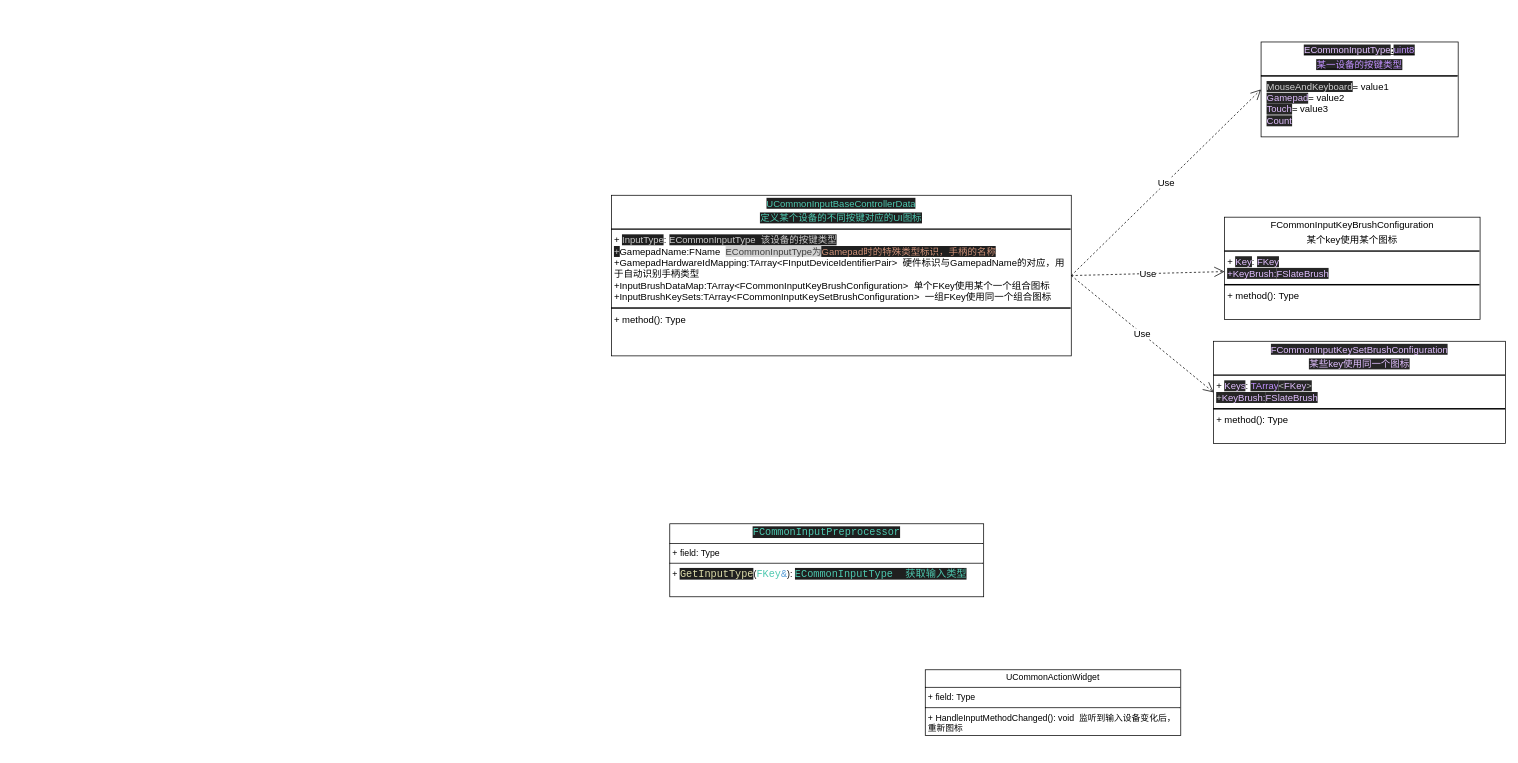
Above: page "不同设备按键与语义动作的绑定和与UI图标的绑定" (5 of 5) of Lyra.drawio in ling-shixi/meta (draw.io), before the change. Source tidied: cells renumbered, new cells numbered last; positions are measured from the earlier drawing's top-left corner, leaving out a move shared by most shapes. Both pictures are drawn from the tidied source at 73%, with x=0, y=0 at pixel (611, 42).
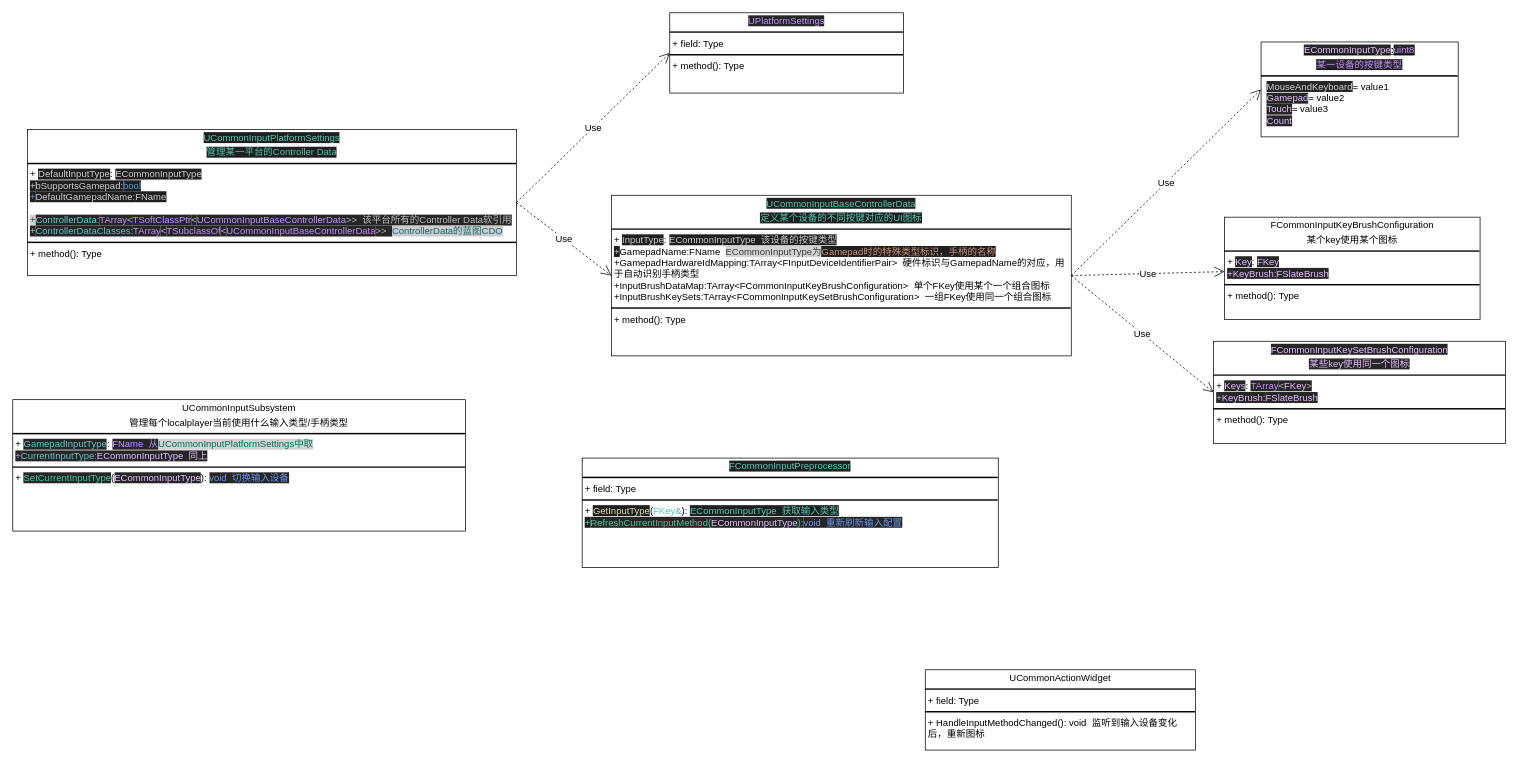
Above is the later version.

Unchanged cells that the change refers to:
```xml
<mxCell id="2" value="&lt;p style=&quot;margin:0px;margin-top:4px;text-align:center;&quot;&gt;&lt;span style=&quot;color: rgb(78, 201, 176); background-color: rgb(31, 31, 31); white-space: pre; text-align: left;&quot;&gt;UCommonInputBaseControllerData&lt;/span&gt;&lt;/p&gt;&lt;p style=&quot;margin:0px;margin-top:4px;text-align:center;&quot;&gt;&lt;span style=&quot;color: rgb(78, 201, 176); background-color: rgb(31, 31, 31); white-space: pre; text-align: left;&quot;&gt;定义某个设备的不同按键对应的UI图标&lt;/span&gt;&lt;/p&gt;&lt;hr style=&quot;border-style:solid;&quot;&gt;&lt;p style=&quot;margin:0px;margin-left:4px;&quot;&gt;+&amp;nbsp;&lt;span style=&quot;background-color: rgb(31, 31, 31); color: rgb(204, 204, 204); white-space: pre;&quot;&gt;InputType&lt;/span&gt;&lt;span style=&quot;background-color: transparent; color: light-dark(rgb(0, 0, 0), rgb(255, 255, 255));&quot;&gt;:&amp;nbsp;&lt;/span&gt;&lt;span style=&quot;background-color: rgb(31, 31, 31); color: rgb(204, 204, 204); white-space: pre;&quot;&gt;ECommonInputType  该设备的按键类型&lt;/span&gt;&lt;/p&gt;&lt;p style=&quot;margin:0px;margin-left:4px;&quot;&gt;&lt;span style=&quot;background-color: rgb(31, 31, 31); color: rgb(204, 204, 204); white-space: pre;&quot;&gt;+&lt;/span&gt;&lt;span style=&quot;background-color: transparent; color: light-dark(rgb(0, 0, 0), rgb(255, 255, 255));&quot;&gt;GamepadName:&lt;/span&gt;&lt;span style=&quot;background-color: transparent; color: light-dark(rgb(0, 0, 0), rgb(255, 255, 255));&quot;&gt;FName&amp;nbsp;&amp;nbsp;&lt;/span&gt;&lt;span style=&quot;background-color: rgb(210, 210, 210); color: rgb(62, 62, 62); white-space: pre;&quot;&gt;ECommonInputType为&lt;/span&gt;&lt;span style=&quot;color: rgb(206, 145, 120); background-color: rgb(31, 31, 31); white-space: pre;&quot;&gt;Gamepad时的特殊类型标识，手柄的名称&lt;/span&gt;&lt;/p&gt;&lt;p style=&quot;margin:0px;margin-left:4px;&quot;&gt;+&lt;span style=&quot;background-color: transparent; color: light-dark(rgb(0, 0, 0), rgb(255, 255, 255));&quot;&gt;GamepadHardwareIdMapping:&lt;/span&gt;&lt;span style=&quot;background-color: transparent; color: light-dark(rgb(0, 0, 0), rgb(255, 255, 255));&quot;&gt;TArray&amp;lt;FInputDeviceIdentifierPair&amp;gt;&amp;nbsp; 硬件标识与&lt;/span&gt;&lt;span style=&quot;background-color: transparent; color: light-dark(rgb(0, 0, 0), rgb(255, 255, 255));&quot;&gt;GamepadName的对应，用于自动识别手柄类型&lt;/span&gt;&lt;/p&gt;&lt;p style=&quot;margin:0px;margin-left:4px;&quot;&gt;&lt;span style=&quot;background-color: transparent; color: light-dark(rgb(0, 0, 0), rgb(255, 255, 255));&quot;&gt;+&lt;/span&gt;&lt;span style=&quot;background-color: transparent; color: light-dark(rgb(0, 0, 0), rgb(255, 255, 255));&quot;&gt;InputBrushDataMap:&lt;/span&gt;&lt;span style=&quot;background-color: transparent; color: light-dark(rgb(0, 0, 0), rgb(255, 255, 255));&quot;&gt;TArray&amp;lt;FCommonInputKeyBrushConfiguration&amp;gt;&amp;nbsp; 单个FKey使用某个一个组合图标&lt;/span&gt;&lt;/p&gt;&lt;p style=&quot;margin:0px;margin-left:4px;&quot;&gt;&lt;span style=&quot;background-color: transparent; color: light-dark(rgb(0, 0, 0), rgb(255, 255, 255));&quot;&gt;+&lt;/span&gt;&lt;span style=&quot;background-color: transparent; color: light-dark(rgb(0, 0, 0), rgb(255, 255, 255));&quot;&gt;InputBrushKeySets:&lt;/span&gt;&lt;span style=&quot;background-color: transparent; color: light-dark(rgb(0, 0, 0), rgb(255, 255, 255));&quot;&gt;TArray&amp;lt;FCommonInputKeySetBrushConfiguration&amp;gt;&amp;nbsp; 一组FKey使用同一个组合图标&lt;/span&gt;&lt;/p&gt;&lt;hr style=&quot;border-style:solid;&quot;&gt;&lt;p style=&quot;margin:0px;margin-left:4px;&quot;&gt;+ method(): Type&lt;/p&gt;" style="verticalAlign=top;align=left;overflow=fill;html=1;whiteSpace=wrap;fontFamily=Helvetica;fontSize=13;" parent="1" vertex="1">
  <mxGeometry y="210" width="630" height="220" as="geometry" />
</mxCell>
```

What changed in the source:
```diff
@@
-    <mxCell id="9" value="&lt;p style=&quot;margin:0px;margin-top:4px;text-align:center;&quot;&gt;&lt;span style=&quot;color: rgb(78, 201, 176); background-color: rgb(31, 31, 31); font-family: Consolas, &amp;quot;Courier New&amp;quot;, monospace; font-size: 14px; white-space: pre; text-align: left;&quot;&gt;FCommonInputPreprocessor&lt;/span&gt;&lt;/p&gt;&lt;hr size=&quot;1&quot; style=&quot;border-style:solid;&quot;&gt;&lt;p style=&quot;margin:0px;margin-left:4px;&quot;&gt;+ field: Type&lt;/p&gt;&lt;hr size=&quot;1&quot; style=&quot;border-style:solid;&quot;&gt;&lt;p style=&quot;margin:0px;margin-left:4px;&quot;&gt;+&amp;nbsp;&lt;span style=&quot;color: rgb(220, 220, 170); background-color: rgb(31, 31, 31); font-family: Consolas, &amp;quot;Courier New&amp;quot;, monospace; font-size: 14px; white-space: pre;&quot;&gt;GetInputType&lt;/span&gt;&lt;span style=&quot;background-color: transparent; color: light-dark(rgb(0, 0, 0), rgb(255, 255, 255));&quot;&gt;(&lt;/span&gt;&lt;span style=&quot;font-family: Consolas, &amp;quot;Courier New&amp;quot;, monospace; font-size: 14px; white-space: pre; color: rgb(78, 201, 176);&quot;&gt;FKey&lt;/span&gt;&lt;span style=&quot;font-family: Consolas, &amp;quot;Courier New&amp;quot;, monospace; font-size: 14px; white-space: pre; color: rgb(86, 156, 214);&quot;&gt;&amp;amp;&lt;/span&gt;&lt;span style=&quot;background-color: transparent; color: light-dark(rgb(0, 0, 0), rgb(255, 255, 255));&quot;&gt;):&amp;nbsp;&lt;/span&gt;&lt;span style=&quot;color: rgb(78, 201, 176); background-color: rgb(31, 31, 31); font-family: Consolas, &amp;quot;Courier New&amp;quot;, monospace; font-size: 14px; white-space: pre;&quot;&gt;ECommonInputType  获取输入类型&lt;/span&gt;&lt;/p&gt;" style="verticalAlign=top;align=left;overflow=fill;html=1;whiteSpace=wrap;" parent="1" vertex="1">
-      <mxGeometry x="80" y="660" width="430" height="100" as="geometry" />
+    <mxCell id="9" value="&lt;p style=&quot;margin:0px;margin-top:4px;text-align:center;&quot;&gt;&lt;span style=&quot;color: rgb(78, 201, 176); background-color: rgb(31, 31, 31); white-space: pre; text-align: left;&quot;&gt;FCommonInputPreprocessor&lt;/span&gt;&lt;/p&gt;&lt;hr style=&quot;border-style:solid;&quot;&gt;&lt;p style=&quot;margin:0px;margin-left:4px;&quot;&gt;+ field: Type&lt;/p&gt;&lt;hr style=&quot;border-style:solid;&quot;&gt;&lt;p style=&quot;margin:0px;margin-left:4px;&quot;&gt;+&amp;nbsp;&lt;span style=&quot;color: rgb(220, 220, 170); background-color: rgb(31, 31, 31); white-space: pre;&quot;&gt;GetInputType&lt;/span&gt;&lt;span style=&quot;background-color: transparent; color: light-dark(rgb(0, 0, 0), rgb(255, 255, 255));&quot;&gt;(&lt;/span&gt;&lt;span style=&quot;white-space: pre; color: rgb(78, 201, 176);&quot;&gt;FKey&lt;/span&gt;&lt;span style=&quot;white-space: pre; color: rgb(86, 156, 214);&quot;&gt;&amp;amp;&lt;/span&gt;&lt;span style=&quot;background-color: transparent; color: light-dark(rgb(0, 0, 0), rgb(255, 255, 255));&quot;&gt;):&amp;nbsp;&lt;/span&gt;&lt;span style=&quot;color: rgb(78, 201, 176); background-color: rgb(31, 31, 31); white-space: pre;&quot;&gt;ECommonInputType  获取输入类型&lt;/span&gt;&lt;/p&gt;&lt;p style=&quot;margin:0px;margin-left:4px;&quot;&gt;&lt;span style=&quot;color: rgb(78, 201, 176); background-color: rgb(31, 31, 31); white-space: pre;&quot;&gt;+&lt;/span&gt;&lt;span style=&quot;color: rgb(57, 204, 155); background-color: rgb(38, 38, 38);&quot;&gt;RefreshCurrentInputMethod(&lt;/span&gt;&lt;span style=&quot;color: rgb(225, 191, 255); background-color: rgb(38, 38, 38);&quot;&gt;ECommonInputType&lt;/span&gt;&lt;span style=&quot;background-color: rgb(38, 38, 38); color: rgb(57, 204, 155);&quot;&gt;):&lt;/span&gt;&lt;span style=&quot;color: rgb(108, 149, 235); background-color: rgb(38, 38, 38);&quot;&gt;void&amp;nbsp; 重新刷新输入配置&lt;/span&gt;&lt;/p&gt;" style="verticalAlign=top;align=left;overflow=fill;html=1;whiteSpace=wrap;fontFamily=Helvetica;fontSize=13;" parent="1" vertex="1">
+      <mxGeometry x="-40" y="570" width="570" height="150" as="geometry" />
     </mxCell>
-    <mxCell id="10" value="&lt;p style=&quot;margin:0px;margin-top:4px;text-align:center;&quot;&gt;&lt;span style=&quot;background-color: transparent; color: light-dark(rgb(0, 0, 0), rgb(255, 255, 255)); text-align: left;&quot;&gt;UCommonActionWidget&lt;/span&gt;&lt;/p&gt;&lt;hr size=&quot;1&quot; style=&quot;border-style:solid;&quot;&gt;&lt;p style=&quot;margin:0px;margin-left:4px;&quot;&gt;+ field: Type&lt;/p&gt;&lt;hr size=&quot;1&quot; style=&quot;border-style:solid;&quot;&gt;&lt;p style=&quot;margin:0px;margin-left:4px;&quot;&gt;+&amp;nbsp;&lt;span style=&quot;background-color: transparent; color: light-dark(rgb(0, 0, 0), rgb(255, 255, 255));&quot;&gt;HandleInputMethodChanged&lt;/span&gt;&lt;span style=&quot;background-color: transparent; color: light-dark(rgb(0, 0, 0), rgb(255, 255, 255));&quot;&gt;():&amp;nbsp;&lt;/span&gt;&lt;span style=&quot;background-color: transparent; color: light-dark(rgb(0, 0, 0), rgb(255, 255, 255));&quot;&gt;void&amp;nbsp; 监听到输入设备变化后，重新图标&lt;/span&gt;&lt;/p&gt;" style="verticalAlign=top;align=left;overflow=fill;html=1;whiteSpace=wrap;" parent="1" vertex="1">
-      <mxGeometry x="430" y="860" width="350" height="90" as="geometry" />
+    <mxCell id="10" value="&lt;p style=&quot;margin:0px;margin-top:4px;text-align:center;&quot;&gt;&lt;span style=&quot;background-color: transparent; color: light-dark(rgb(0, 0, 0), rgb(255, 255, 255)); text-align: left;&quot;&gt;UCommonActionWidget&lt;/span&gt;&lt;/p&gt;&lt;hr style=&quot;border-style:solid;&quot;&gt;&lt;p style=&quot;margin:0px;margin-left:4px;&quot;&gt;+ field: Type&lt;/p&gt;&lt;hr style=&quot;border-style:solid;&quot;&gt;&lt;p style=&quot;margin:0px;margin-left:4px;&quot;&gt;+&amp;nbsp;&lt;span style=&quot;background-color: transparent; color: light-dark(rgb(0, 0, 0), rgb(255, 255, 255));&quot;&gt;HandleInputMethodChanged&lt;/span&gt;&lt;span style=&quot;background-color: transparent; color: light-dark(rgb(0, 0, 0), rgb(255, 255, 255));&quot;&gt;():&amp;nbsp;&lt;/span&gt;&lt;span style=&quot;background-color: transparent; color: light-dark(rgb(0, 0, 0), rgb(255, 255, 255));&quot;&gt;void&amp;nbsp; 监听到输入设备变化后，重新图标&lt;/span&gt;&lt;/p&gt;" style="verticalAlign=top;align=left;overflow=fill;html=1;whiteSpace=wrap;fontFamily=Helvetica;fontSize=13;" parent="1" vertex="1">
+      <mxGeometry x="430" y="860" width="370" height="110" as="geometry" />
     </mxCell>
+    <mxCell id="11" value="&lt;p style=&quot;margin:0px;margin-top:4px;text-align:center;&quot;&gt;&lt;span style=&quot;color: rgb(78, 201, 176); background-color: rgb(31, 31, 31); white-space: pre; text-align: left;&quot;&gt;UCommonInputPlatformSettings&lt;/span&gt;&lt;/p&gt;&lt;p style=&quot;margin:0px;margin-top:4px;text-align:center;&quot;&gt;&lt;span style=&quot;color: rgb(78, 201, 176); background-color: rgb(31, 31, 31); white-space: pre; text-align: left;&quot;&gt;管理某一平台的Controller Data&lt;/span&gt;&lt;/p&gt;&lt;hr style=&quot;border-style:solid;&quot;&gt;&lt;p style=&quot;margin:0px;margin-left:4px;&quot;&gt;+&amp;nbsp;&lt;span style=&quot;background-color: rgb(31, 31, 31); color: rgb(204, 204, 204); white-space: pre;&quot;&gt;DefaultInputType&lt;/span&gt;&lt;span style=&quot;background-color: transparent; color: light-dark(rgb(0, 0, 0), rgb(255, 255, 255));&quot;&gt;:&amp;nbsp;&lt;/span&gt;&lt;span style=&quot;background-color: rgb(31, 31, 31); color: rgb(204, 204, 204); white-space: pre;&quot;&gt;ECommonInputType&lt;/span&gt;&lt;/p&gt;&lt;p style=&quot;margin:0px;margin-left:4px;&quot;&gt;&lt;span style=&quot;background-color: rgb(31, 31, 31); color: rgb(204, 204, 204); white-space: pre;&quot;&gt;+&lt;/span&gt;&lt;span style=&quot;background-color: rgb(31, 31, 31); color: rgb(204, 204, 204); white-space: pre;&quot;&gt;bSupportsGamepad:&lt;/span&gt;&lt;span style=&quot;color: rgb(86, 156, 214); background-color: rgb(31, 31, 31); white-space: pre;&quot;&gt;bool&lt;/span&gt;&lt;/p&gt;&lt;p style=&quot;margin:0px;margin-left:4px;&quot;&gt;&lt;span style=&quot;color: rgb(86, 156, 214); background-color: rgb(31, 31, 31); white-space: pre;&quot;&gt;+&lt;/span&gt;&lt;span style=&quot;background-color: rgb(31, 31, 31); color: rgb(204, 204, 204); white-space: pre;&quot;&gt;DefaultGamepadName:&lt;/span&gt;&lt;span style=&quot;background-color: rgb(31, 31, 31); color: rgb(204, 204, 204); white-space: pre;&quot;&gt;FName&lt;/span&gt;&lt;/p&gt;&lt;p style=&quot;margin:0px;margin-left:4px;&quot;&gt;&lt;br&gt;&lt;/p&gt;&lt;p style=&quot;margin:0px;margin-left:4px;&quot;&gt;&lt;font color=&quot;#3e3e3e&quot;&gt;&lt;span style=&quot;white-space: pre; background-color: rgb(210, 210, 210);&quot;&gt;+&lt;/span&gt;&lt;/font&gt;&lt;span style=&quot;color: rgb(102, 195, 204); background-color: rgb(38, 38, 38);&quot;&gt;ControllerData:&lt;/span&gt;&lt;span style=&quot;background-color: rgb(38, 38, 38); color: rgb(193, 145, 255);&quot;&gt;TArray&lt;/span&gt;&lt;span style=&quot;background-color: rgb(38, 38, 38); color: rgb(189, 189, 189);&quot;&gt;&amp;lt;&lt;/span&gt;&lt;span style=&quot;background-color: rgb(38, 38, 38); color: rgb(193, 145, 255);&quot;&gt;TSoftClassPtr&lt;/span&gt;&lt;span style=&quot;background-color: rgb(38, 38, 38); color: rgb(189, 189, 189);&quot;&gt;&amp;lt;&lt;/span&gt;&lt;span style=&quot;background-color: rgb(38, 38, 38); color: rgb(193, 145, 255);&quot;&gt;UCommonInputBaseControllerData&lt;/span&gt;&lt;span style=&quot;background-color: rgb(38, 38, 38); color: rgb(189, 189, 189);&quot;&gt;&amp;gt;&amp;gt;&amp;nbsp; 该平台所有的Controller Data软引用&lt;/span&gt;&lt;/p&gt;&lt;p style=&quot;margin:0px;margin-left:4px;&quot;&gt;&lt;span style=&quot;background-color: rgb(38, 38, 38); color: rgb(189, 189, 189);&quot;&gt;+&lt;/span&gt;&lt;span style=&quot;color: rgb(102, 195, 204); background-color: rgb(38, 38, 38);&quot;&gt;ControllerDataClasses:&lt;/span&gt;&lt;span style=&quot;background-color: rgb(38, 38, 38); color: rgb(193, 145, 255);&quot;&gt;TArray&lt;/span&gt;&lt;span style=&quot;background-color: rgb(38, 38, 38); color: rgb(189, 189, 189);&quot;&gt;&amp;lt;&lt;/span&gt;&lt;span style=&quot;background-color: rgb(38, 38, 38); color: rgb(193, 145, 255);&quot;&gt;TSubclassOf&lt;/span&gt;&lt;span style=&quot;background-color: rgb(38, 38, 38); color: rgb(189, 189, 189);&quot;&gt;&amp;lt;&lt;/span&gt;&lt;span style=&quot;background-color: rgb(38, 38, 38); color: rgb(193, 145, 255);&quot;&gt;UCommonInputBaseControllerData&lt;/span&gt;&lt;span style=&quot;background-color: rgb(38, 38, 38); color: rgb(189, 189, 189);&quot;&gt;&amp;gt;&amp;gt;&amp;nbsp;&amp;nbsp;&lt;/span&gt;&lt;span style=&quot;background-color: rgb(204, 204, 204); color: rgb(22, 102, 109);&quot;&gt;ControllerData的蓝图CDO&lt;/span&gt;&lt;/p&gt;&lt;hr style=&quot;border-style:solid;&quot;&gt;&lt;p style=&quot;margin:0px;margin-left:4px;&quot;&gt;+ method(): Type&lt;/p&gt;" style="verticalAlign=top;align=left;overflow=fill;html=1;whiteSpace=wrap;fontFamily=Helvetica;fontSize=13;" parent="1" vertex="1">
+      <mxGeometry x="-800" y="120" width="670" height="200" as="geometry" />
+    </mxCell>
+    <mxCell id="12" value="&lt;p style=&quot;margin:0px;margin-top:4px;text-align:center;&quot;&gt;&lt;span style=&quot;background-color: transparent; color: light-dark(rgb(0, 0, 0), rgb(255, 255, 255)); text-align: left;&quot;&gt;UCommonInputSubsystem&lt;/span&gt;&lt;/p&gt;&lt;p style=&quot;margin:0px;margin-top:4px;text-align:center;&quot;&gt;&lt;span style=&quot;background-color: transparent; color: light-dark(rgb(0, 0, 0), rgb(255, 255, 255)); text-align: left;&quot;&gt;管理每个localplayer当前使用什么输入类型/手柄类型&lt;/span&gt;&lt;/p&gt;&lt;hr style=&quot;border-style:solid;&quot;&gt;&lt;p style=&quot;margin:0px;margin-left:4px;&quot;&gt;+&amp;nbsp;&lt;span style=&quot;color: rgb(102, 195, 204); background-color: rgb(38, 38, 38);&quot;&gt;GamepadInputType&lt;/span&gt;&lt;span style=&quot;background-color: transparent; color: light-dark(rgb(0, 0, 0), rgb(255, 255, 255));&quot;&gt;:&amp;nbsp;&lt;/span&gt;&lt;span style=&quot;color: rgb(193, 145, 255); background-color: rgb(38, 38, 38);&quot;&gt;FName&amp;nbsp; 从&lt;/span&gt;&lt;span style=&quot;background-color: rgb(210, 210, 210); color: rgb(6, 112, 90); white-space: pre;&quot;&gt;UCommonInputPlatformSettings中取&lt;/span&gt;&lt;/p&gt;&lt;p style=&quot;margin:0px;margin-left:4px;&quot;&gt;&lt;span style=&quot;color: rgb(193, 145, 255); background-color: rgb(38, 38, 38);&quot;&gt;+&lt;/span&gt;&lt;span style=&quot;color: rgb(102, 195, 204); background-color: rgb(38, 38, 38);&quot;&gt;CurrentInputType:&lt;/span&gt;&lt;span style=&quot;color: rgb(225, 191, 255); background-color: rgb(38, 38, 38);&quot;&gt;ECommonInputType&amp;nbsp; 同上&lt;/span&gt;&lt;/p&gt;&lt;hr style=&quot;border-style:solid;&quot;&gt;&lt;p style=&quot;margin:0px;margin-left:4px;&quot;&gt;+&amp;nbsp;&lt;span style=&quot;color: rgb(57, 204, 155); background-color: rgb(38, 38, 38);&quot;&gt;SetCurrentInputType&lt;/span&gt;&lt;span style=&quot;background-color: transparent; color: light-dark(rgb(0, 0, 0), rgb(255, 255, 255));&quot;&gt;(&lt;/span&gt;&lt;span style=&quot;color: rgb(225, 191, 255); background-color: rgb(38, 38, 38);&quot;&gt;ECommonInputType&lt;/span&gt;&lt;span style=&quot;background-color: transparent; color: light-dark(rgb(0, 0, 0), rgb(255, 255, 255));&quot;&gt;):&amp;nbsp;&lt;/span&gt;&lt;span style=&quot;color: rgb(108, 149, 235); background-color: rgb(38, 38, 38);&quot;&gt;void&amp;nbsp; 切换输入设备&lt;/span&gt;&lt;/p&gt;" style="verticalAlign=top;align=left;overflow=fill;html=1;whiteSpace=wrap;fontFamily=Helvetica;fontSize=13;" parent="1" vertex="1">
+      <mxGeometry x="-820" y="490" width="620" height="180" as="geometry" />
+    </mxCell>
+    <mxCell id="13" value="Use" style="endArrow=open;endSize=12;dashed=1;html=1;rounded=0;exitX=1;exitY=0.5;exitDx=0;exitDy=0;entryX=0;entryY=0.5;entryDx=0;entryDy=0;fontFamily=Helvetica;fontSize=13;" parent="1" edge="1" source="11" target="2">
+      <mxGeometry relative="1" as="geometry" />
+    </mxCell>
+    <mxCell id="14" value="&lt;p style=&quot;margin:0px;margin-top:4px;text-align:center;&quot;&gt;&lt;span style=&quot;color: rgb(193, 145, 255); background-color: rgb(38, 38, 38); text-align: left;&quot;&gt;UPlatformSettings&lt;/span&gt;&lt;/p&gt;&lt;hr style=&quot;border-style:solid;&quot;&gt;&lt;p style=&quot;margin:0px;margin-left:4px;&quot;&gt;+ field: Type&lt;/p&gt;&lt;hr style=&quot;border-style:solid;&quot;&gt;&lt;p style=&quot;margin:0px;margin-left:4px;&quot;&gt;+ method(): Type&lt;/p&gt;" style="verticalAlign=top;align=left;overflow=fill;html=1;whiteSpace=wrap;fontFamily=Helvetica;fontSize=13;" parent="1" vertex="1">
+      <mxGeometry x="80" y="-40" width="320" height="110" as="geometry" />
+    </mxCell>
+    <mxCell id="15" value="Use" style="endArrow=open;endSize=12;dashed=1;html=1;rounded=0;exitX=1;exitY=0.5;exitDx=0;exitDy=0;entryX=0;entryY=0.5;entryDx=0;entryDy=0;fontFamily=Helvetica;fontSize=13;" parent="1" edge="1" source="11" target="14">
+      <mxGeometry relative="1" as="geometry" />
+    </mxCell>
```
